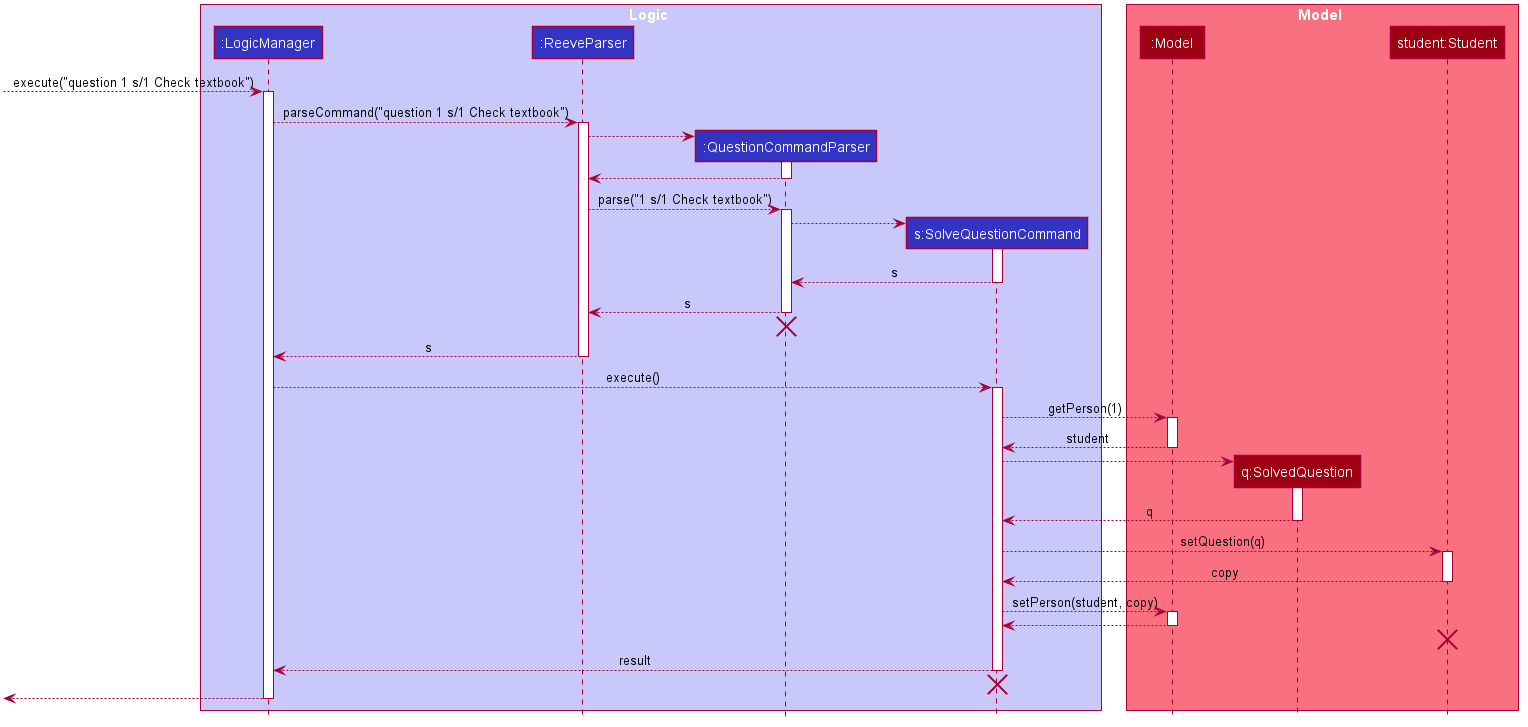
The PlantUML diagram docs/images/SolveQuestionSequenceDiagram.png in nus-cs2103-AY2021S1/tp, before a commit. Source of this version:
```plantuml
@startuml








skinparam BackgroundColor #FFFFFFF

skinparam Shadowing false

skinparam Class {
    FontColor #FFFFFF
    BorderThickness 1
    BorderColor #FFFFFF
    StereotypeFontColor #FFFFFF
    FontName Arial
}

skinparam Actor {
    BorderColor #000000
    Color #000000
    FontName Arial
}

skinparam Sequence {
    MessageAlign center
    BoxFontSize 15
    BoxPadding 0
    BoxFontColor #FFFFFF
    FontName Arial
}

skinparam Participant {
    FontColor #FFFFFFF
    Padding 20
}

skinparam MinClassWidth 50
skinparam ParticipantPadding 10
skinparam Shadowing false
skinparam DefaultTextAlignment center
skinparam packageStyle Rectangle

hide footbox
hide members
hide circle

box Logic #C8C8FA
participant ":LogicManager" as LogicManager #3333C4
participant ":ReeveParser" as ReeveParser #3333C4
participant ":QuestionCommandParser" as QuestionCommandParser #3333C4
participant "s:SolveQuestionCommand" as SolveQuestionCommand #3333C4
end box

box Model #F97181
participant ":Model" as Model #9D0012
participant "q:SolvedQuestion" as Question #9D0012
participant "student:Student" as Student #9D0012
end box

[--> LogicManager : execute("question 1 s/1 Check textbook")
activate LogicManager

LogicManager --> ReeveParser : parseCommand("question 1 s/1 Check textbook")
activate ReeveParser

create QuestionCommandParser
ReeveParser --> QuestionCommandParser
activate QuestionCommandParser

QuestionCommandParser --> ReeveParser
deactivate QuestionCommandParser

ReeveParser --> QuestionCommandParser : parse("1 s/1 Check textbook")
activate QuestionCommandParser

create SolveQuestionCommand
QuestionCommandParser --> SolveQuestionCommand
activate SolveQuestionCommand

SolveQuestionCommand --> QuestionCommandParser : s
deactivate SolveQuestionCommand

QuestionCommandParser --> ReeveParser : s
deactivate QuestionCommandParser

QuestionCommandParser -[hidden]-> ReeveParser
destroy QuestionCommandParser

ReeveParser --> LogicManager : s
deactivate ReeveParser

LogicManager --> SolveQuestionCommand : execute()
activate SolveQuestionCommand

SolveQuestionCommand --> Model : getPerson(1)
activate Model

Model --> SolveQuestionCommand : student
deactivate Model

create Question
SolveQuestionCommand --> Question
activate Question

Question --> SolveQuestionCommand : q
deactivate Question

SolveQuestionCommand --> Student : setQuestion(q)
activate Student

Student --> SolveQuestionCommand : copy
deactivate Student

SolveQuestionCommand --> Model : setPerson(student, copy)
activate Model

Model --> SolveQuestionCommand
deactivate Model

Student -[hidden]-> Model
destroy Student

SolveQuestionCommand --> LogicManager : result
deactivate SolveQuestionCommand

SolveQuestionCommand -[hidden]-> LogicManager
destroy SolveQuestionCommand

[<-- LogicManager
deactivate LogicManager
@enduml
```
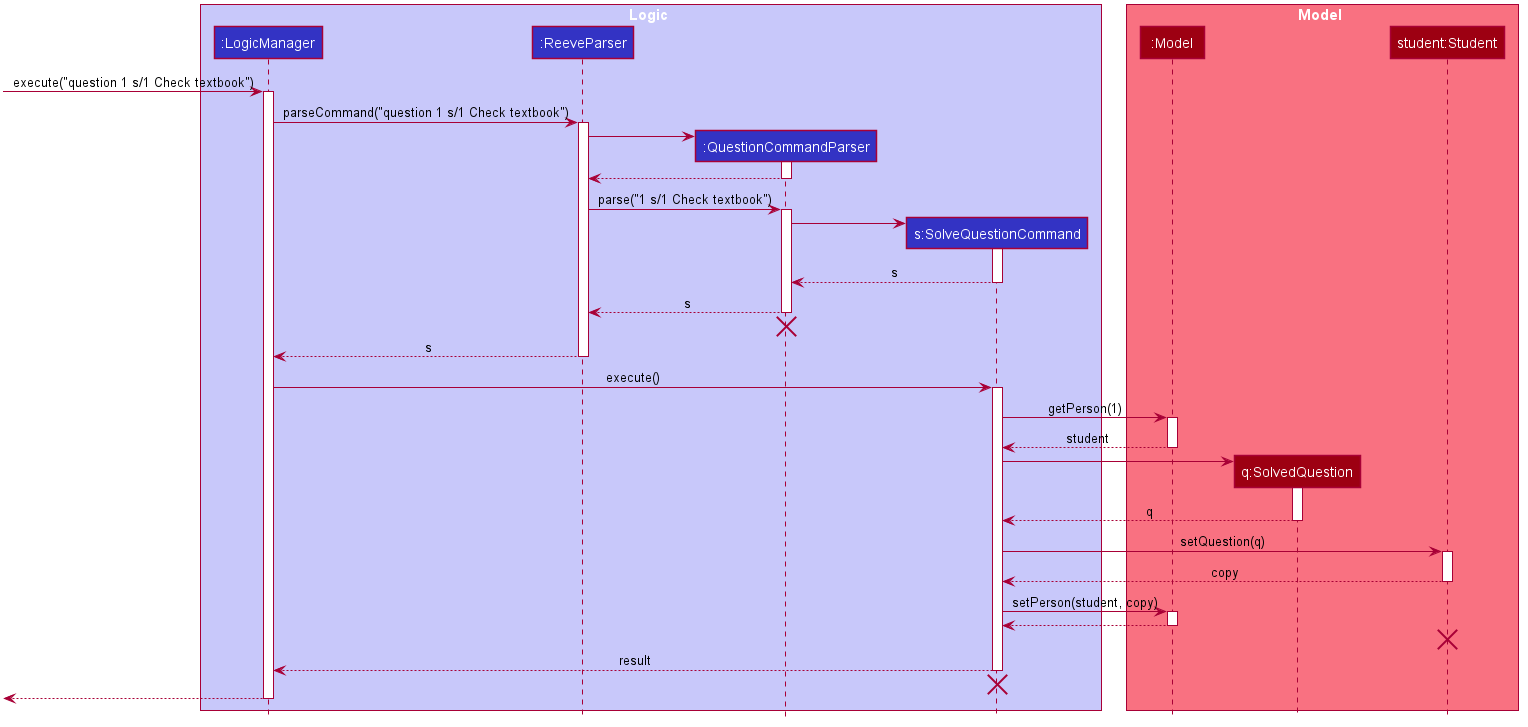
The same diagram one commit later.

The edit, as a diff of the source:
```diff
@@ -61,24 +61,24 @@
 participant "student:Student" as Student #9D0012
 end box
 
-[--> LogicManager : execute("question 1 s/1 Check textbook")
+[-> LogicManager : execute("question 1 s/1 Check textbook")
 activate LogicManager
 
-LogicManager --> ReeveParser : parseCommand("question 1 s/1 Check textbook")
+LogicManager -> ReeveParser : parseCommand("question 1 s/1 Check textbook")
 activate ReeveParser
 
 create QuestionCommandParser
-ReeveParser --> QuestionCommandParser
+ReeveParser -> QuestionCommandParser
 activate QuestionCommandParser
 
 QuestionCommandParser --> ReeveParser
 deactivate QuestionCommandParser
 
-ReeveParser --> QuestionCommandParser : parse("1 s/1 Check textbook")
+ReeveParser -> QuestionCommandParser : parse("1 s/1 Check textbook")
 activate QuestionCommandParser
 
 create SolveQuestionCommand
-QuestionCommandParser --> SolveQuestionCommand
+QuestionCommandParser -> SolveQuestionCommand
 activate SolveQuestionCommand
 
 SolveQuestionCommand --> QuestionCommandParser : s
@@ -93,29 +93,29 @@
 ReeveParser --> LogicManager : s
 deactivate ReeveParser
 
-LogicManager --> SolveQuestionCommand : execute()
+LogicManager -> SolveQuestionCommand : execute()
 activate SolveQuestionCommand
 
-SolveQuestionCommand --> Model : getPerson(1)
+SolveQuestionCommand -> Model : getPerson(1)
 activate Model
 
 Model --> SolveQuestionCommand : student
 deactivate Model
 
 create Question
-SolveQuestionCommand --> Question
+SolveQuestionCommand -> Question
 activate Question
 
 Question --> SolveQuestionCommand : q
 deactivate Question
 
-SolveQuestionCommand --> Student : setQuestion(q)
+SolveQuestionCommand -> Student : setQuestion(q)
 activate Student
 
 Student --> SolveQuestionCommand : copy
 deactivate Student
 
-SolveQuestionCommand --> Model : setPerson(student, copy)
+SolveQuestionCommand -> Model : setPerson(student, copy)
 activate Model
 
 Model --> SolveQuestionCommand
```
